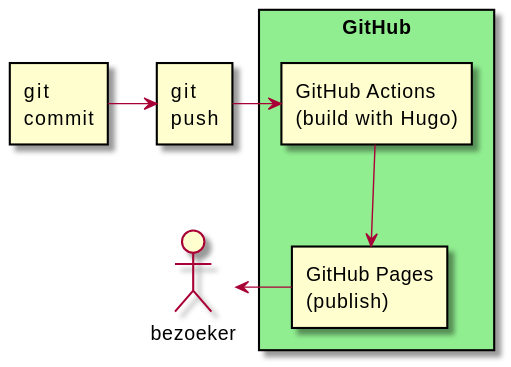
This is out/workflow/workflow.svg from tonvanbart/jamstack-talk, a PlantUML export, as it was before one commit.
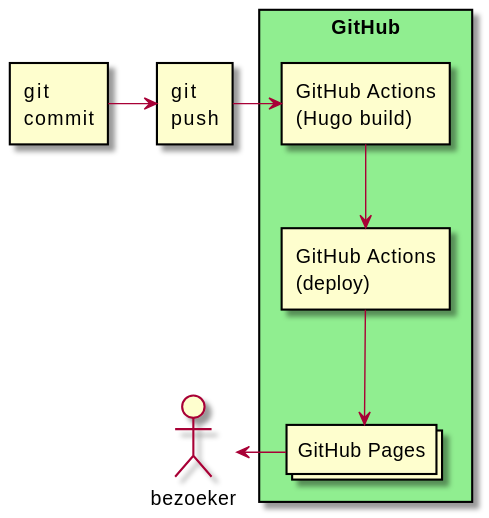
Later version of the same file.

Diff of the diagram source:
```diff
@@ -5,12 +5,14 @@
 actor bezoeker
 
 rectangle "GitHub" #LightGreen {
-rectangle "GitHub Actions\n(build with Hugo)" as actions
-rectangle "GitHub Pages\n(publish)" as pages
+rectangle "GitHub Actions\n(Hugo build)" as actions
+rectangle "GitHub Actions\n(deploy)" as deploy
+collections "GitHub Pages" as pages
 }
 
 commit -right-> push
 push -right-> actions
-actions -down-> pages
+actions -down-> deploy
+deploy -down-> pages
 pages -left-> bezoeker
 @enduml
```
